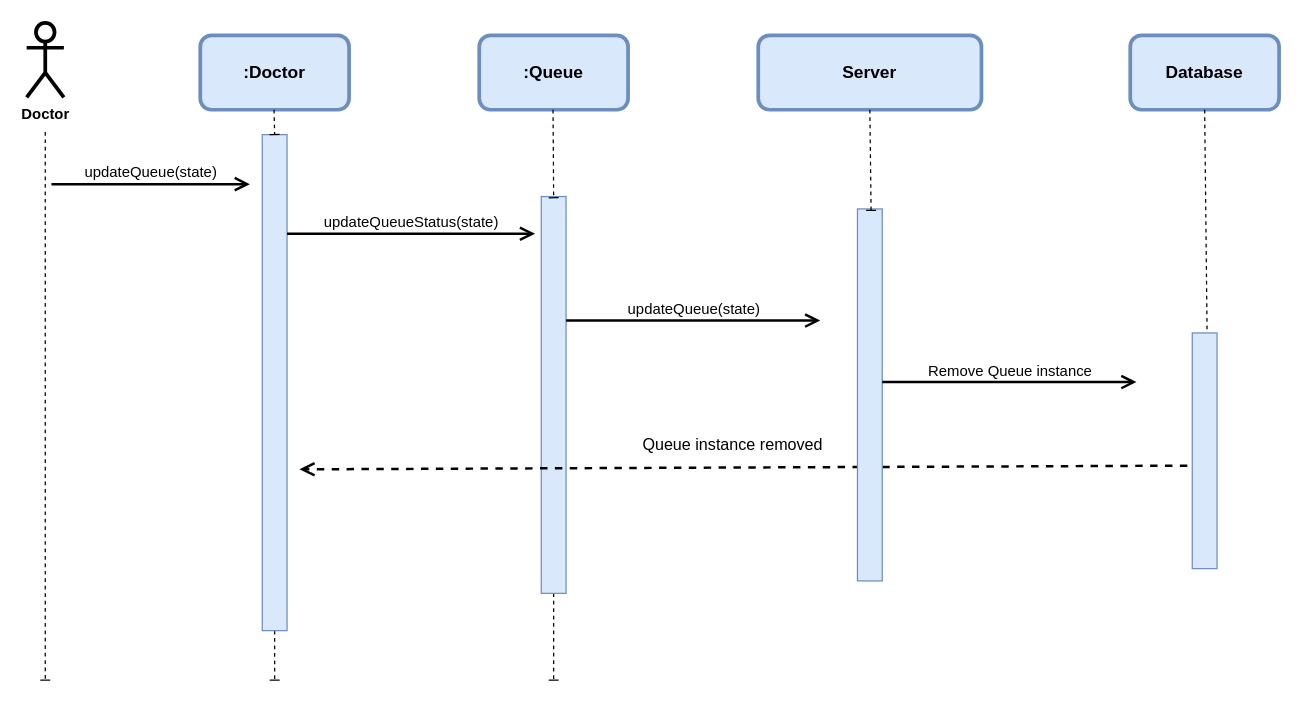
This is UseCase_Diagram/Dagim/removeQueue.dio from Nama21yo/SDS-EMR, a draw.io file, before an edit. Source tidied: cells renumbered, new cells numbered last; positions are measured from the earlier drawing's top-left corner, leaving out a move shared by most shapes. Both pictures are drawn from the tidied source at 124%, with x=0, y=0 at pixel (26, 22).
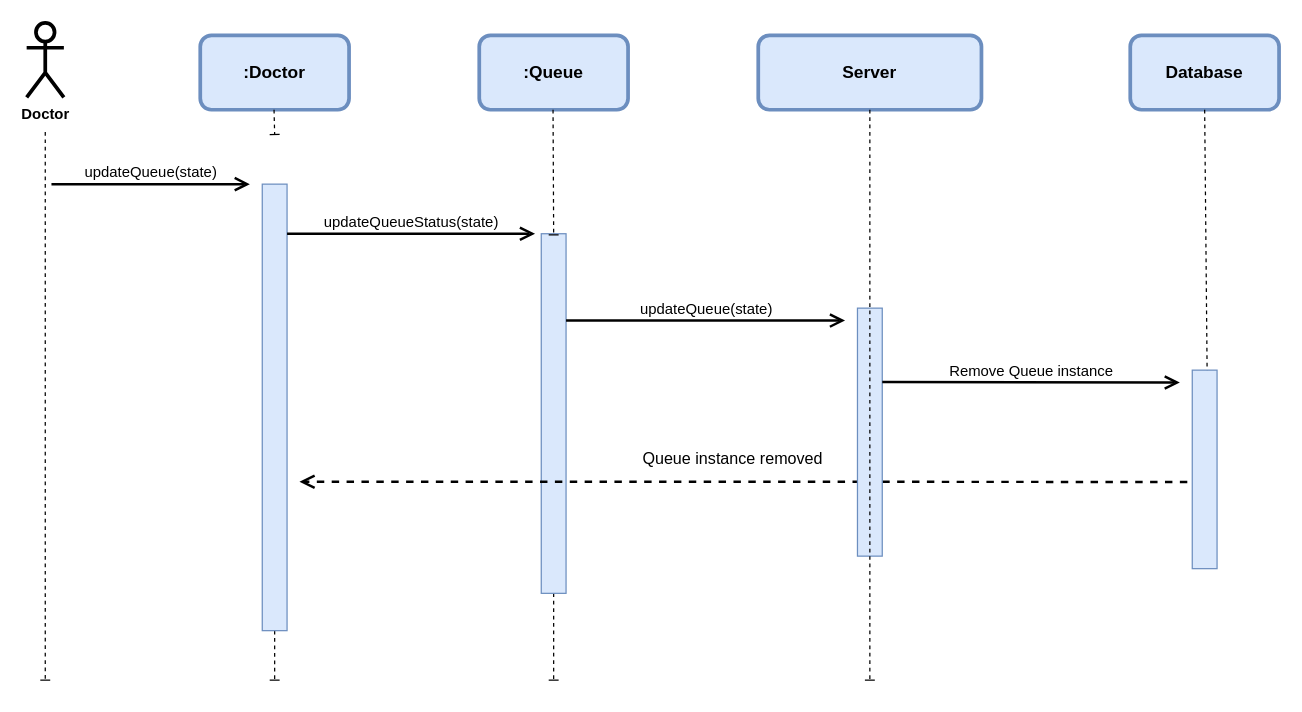
Above is the later version.

What changed in the source:
```diff
@@
-    <mxCell id="4" value="&lt;span style=&quot;font-size: 14px;&quot;&gt;&lt;b&gt;:Doctor&lt;/b&gt;&lt;/span&gt;" style="rounded=1;whiteSpace=wrap;html=1;strokeWidth=3;fillColor=#dae8fc;strokeColor=#6c8ebf;" parent="1" vertex="1">
+    <mxCell id="4" value="&lt;span style=&quot;font-size: 14px;&quot;&gt;&lt;b&gt;&lt;font color=&quot;#000000&quot;&gt;:Doctor&lt;/font&gt;&lt;/b&gt;&lt;/span&gt;" style="rounded=1;whiteSpace=wrap;html=1;strokeWidth=3;fillColor=#dae8fc;strokeColor=#6c8ebf;" parent="1" vertex="1">
       <mxGeometry x="140" y="10" width="120" height="60" as="geometry" />
     </mxCell>
@@
     <mxCell id="6" style="html=1;points=[];perimeter=orthogonalPerimeter;fontSize=12;fillColor=#dae8fc;strokeColor=#6c8ebf;" parent="1" vertex="1">
-      <mxGeometry x="190" y="90.1" width="20" height="400" as="geometry" />
+      <mxGeometry x="190" y="130" width="20" height="360.1" as="geometry" />
     </mxCell>
@@
-    <mxCell id="9" value="&lt;span style=&quot;font-size: 14px;&quot;&gt;&lt;b&gt;:Queue&lt;/b&gt;&lt;/span&gt;" style="rounded=1;whiteSpace=wrap;html=1;strokeWidth=3;fillColor=#dae8fc;strokeColor=#6c8ebf;" parent="1" vertex="1">
+    <mxCell id="9" value="&lt;span style=&quot;font-size: 14px;&quot;&gt;&lt;b&gt;&lt;font color=&quot;#000000&quot;&gt;:Queue&lt;/font&gt;&lt;/b&gt;&lt;/span&gt;" style="rounded=1;whiteSpace=wrap;html=1;strokeWidth=3;fillColor=#dae8fc;strokeColor=#6c8ebf;" parent="1" vertex="1">
       <mxGeometry x="365" y="10" width="120" height="60" as="geometry" />
     </mxCell>
@@
     <mxCell id="11" style="html=1;points=[];perimeter=orthogonalPerimeter;fontSize=12;fillColor=#dae8fc;strokeColor=#6c8ebf;" parent="1" vertex="1">
-      <mxGeometry x="415" y="140" width="20" height="320" as="geometry" />
+      <mxGeometry x="415" y="170" width="20" height="290" as="geometry" />
     </mxCell>
@@
-    <mxCell id="14" value="&lt;span style=&quot;font-size: 14px;&quot;&gt;&lt;b&gt;Database&lt;/b&gt;&lt;/span&gt;" style="rounded=1;whiteSpace=wrap;html=1;strokeWidth=3;fillColor=#dae8fc;strokeColor=#6c8ebf;" parent="1" vertex="1">
+    <mxCell id="14" value="&lt;span style=&quot;font-size: 14px;&quot;&gt;&lt;b&gt;&lt;font color=&quot;#000000&quot;&gt;Database&lt;/font&gt;&lt;/b&gt;&lt;/span&gt;" style="rounded=1;whiteSpace=wrap;html=1;strokeWidth=3;fillColor=#dae8fc;strokeColor=#6c8ebf;" parent="1" vertex="1">
       <mxGeometry x="890" y="10" width="120" height="60" as="geometry" />
     </mxCell>
@@
     <mxCell id="16" style="html=1;points=[];perimeter=orthogonalPerimeter;fontSize=12;fillColor=#dae8fc;strokeColor=#6c8ebf;" parent="1" vertex="1">
-      <mxGeometry x="940" y="250" width="20" height="190.1" as="geometry" />
+      <mxGeometry x="940" y="280" width="20" height="160.1" as="geometry" />
     </mxCell>
     <mxCell id="17" value="&lt;font style=&quot;font-size: 12px;&quot;&gt;updateQueue(state)&lt;/font&gt;" style="endArrow=open;startArrow=none;endFill=0;startFill=0;endSize=8;html=1;verticalAlign=bottom;labelBackgroundColor=none;strokeWidth=2;" parent="1" edge="1">
       <mxGeometry relative="1" as="geometry">
         <mxPoint x="435" y="240" as="sourcePoint" />
-        <mxPoint x="640" y="240" as="targetPoint" />
+        <mxPoint x="660" y="240" as="targetPoint" />
       </mxGeometry>
     </mxCell>
     <mxCell id="18" value="Queue instance removed&amp;nbsp;" style="endArrow=open;startArrow=none;endFill=0;startFill=0;endSize=8;html=1;verticalAlign=bottom;dashed=1;labelBackgroundColor=none;strokeWidth=2;fontSize=13;exitX=-0.2;exitY=0.563;exitDx=0;exitDy=0;exitPerimeter=0;" parent="1" edge="1" source="16">
       <mxGeometry x="0.02" y="-8" relative="1" as="geometry">
-        <mxPoint x="220" y="360" as="targetPoint" />
+        <mxPoint x="220" y="370" as="targetPoint" />
       </mxGeometry>
     </mxCell>
     <mxCell id="19" style="html=1;points=[];perimeter=orthogonalPerimeter;fontSize=12;fillColor=#dae8fc;strokeColor=#6c8ebf;" parent="1" vertex="1">
-      <mxGeometry x="670" y="150" width="20" height="300" as="geometry" />
+      <mxGeometry x="670" y="230" width="20" height="200" as="geometry" />
     </mxCell>
-    <mxCell id="20" value="&lt;span style=&quot;font-size: 14px;&quot;&gt;&lt;b&gt;Server&lt;/b&gt;&lt;/span&gt;" style="rounded=1;whiteSpace=wrap;html=1;strokeWidth=3;fillColor=#dae8fc;strokeColor=#6c8ebf;" parent="1" vertex="1">
+    <mxCell id="20" value="&lt;span style=&quot;font-size: 14px;&quot;&gt;&lt;b&gt;&lt;font color=&quot;#000000&quot;&gt;Server&lt;/font&gt;&lt;/b&gt;&lt;/span&gt;" style="rounded=1;whiteSpace=wrap;html=1;strokeWidth=3;fillColor=#dae8fc;strokeColor=#6c8ebf;" parent="1" vertex="1">
       <mxGeometry x="590" y="10" width="180" height="60" as="geometry" />
     </mxCell>
-    <mxCell id="21" style="edgeStyle=none;html=1;dashed=1;strokeWidth=1;endArrow=baseDash;endFill=0;startArrow=none;entryX=0.55;entryY=0.004;entryDx=0;entryDy=0;entryPerimeter=0;exitX=0.5;exitY=1;exitDx=0;exitDy=0;" parent="1" edge="1" source="20" target="19">
-      <mxGeometry relative="1" as="geometry" />
+    <mxCell id="21" style="edgeStyle=none;html=1;dashed=1;strokeWidth=1;endArrow=baseDash;endFill=0;startArrow=none;exitX=0.5;exitY=1;exitDx=0;exitDy=0;" parent="1" edge="1" source="20">
+      <mxGeometry relative="1" as="geometry">
+        <mxPoint x="680" y="530" as="targetPoint" />
+      </mxGeometry>
     </mxCell>
     <mxCell id="22" value="&lt;font style=&quot;font-size: 12px;&quot;&gt;Remove Queue instance&lt;/font&gt;" style="endArrow=open;startArrow=none;endFill=0;startFill=0;endSize=8;html=1;verticalAlign=bottom;labelBackgroundColor=none;strokeWidth=2;" parent="1" edge="1">
       <mxGeometry relative="1" as="geometry">
         <mxPoint x="690" y="289.6" as="sourcePoint" />
-        <mxPoint x="895" y="289.6" as="targetPoint" />
+        <mxPoint x="930" y="290" as="targetPoint" />
       </mxGeometry>
     </mxCell>
```
